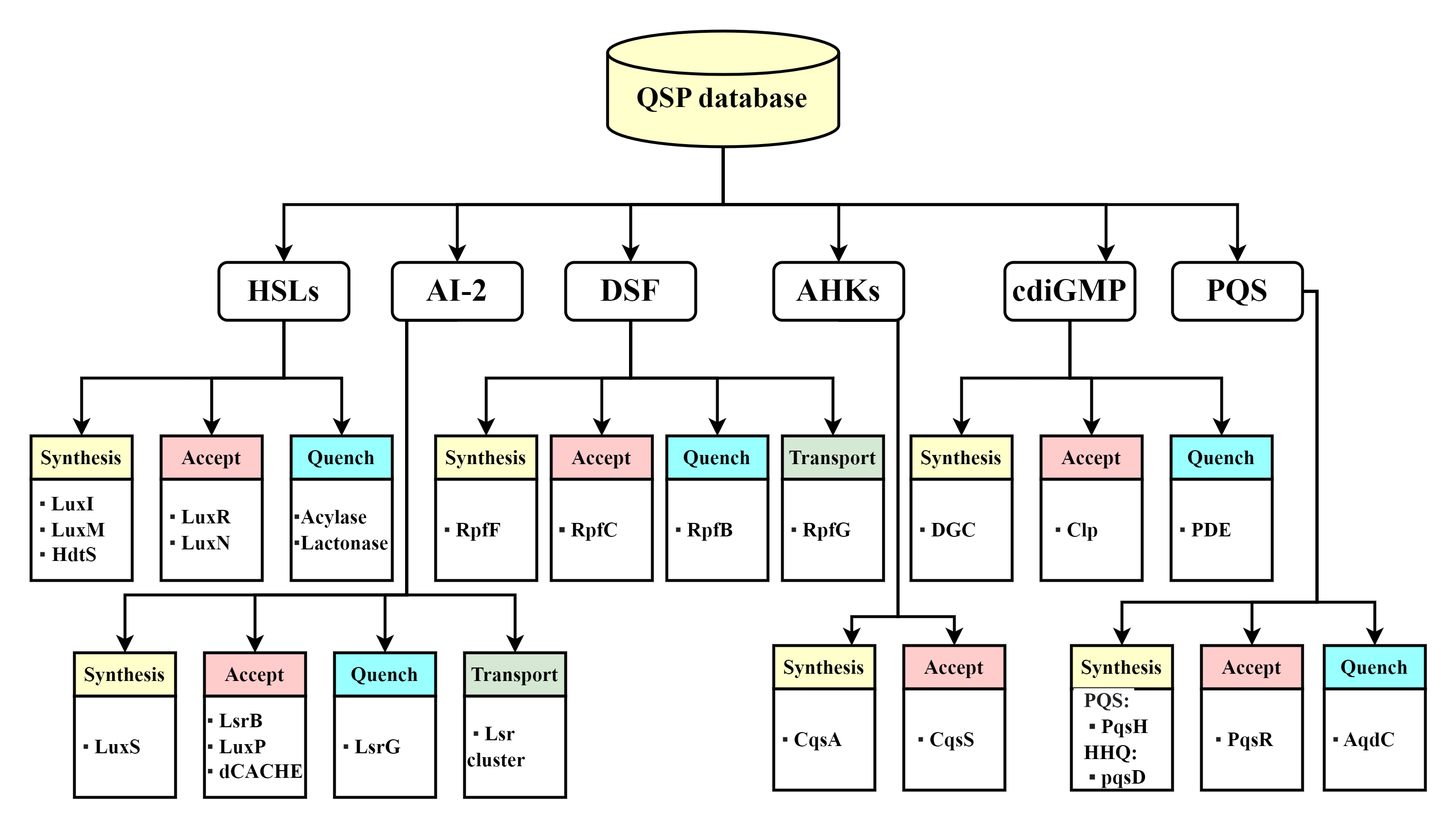
Above: GSP.png in chunxiao-dcx/QSP (draw.io), before the change. Source tidied: cells renumbered, new cells last; positions are measured from the earlier drawing's top-left corner, leaving out a move shared by most shapes.
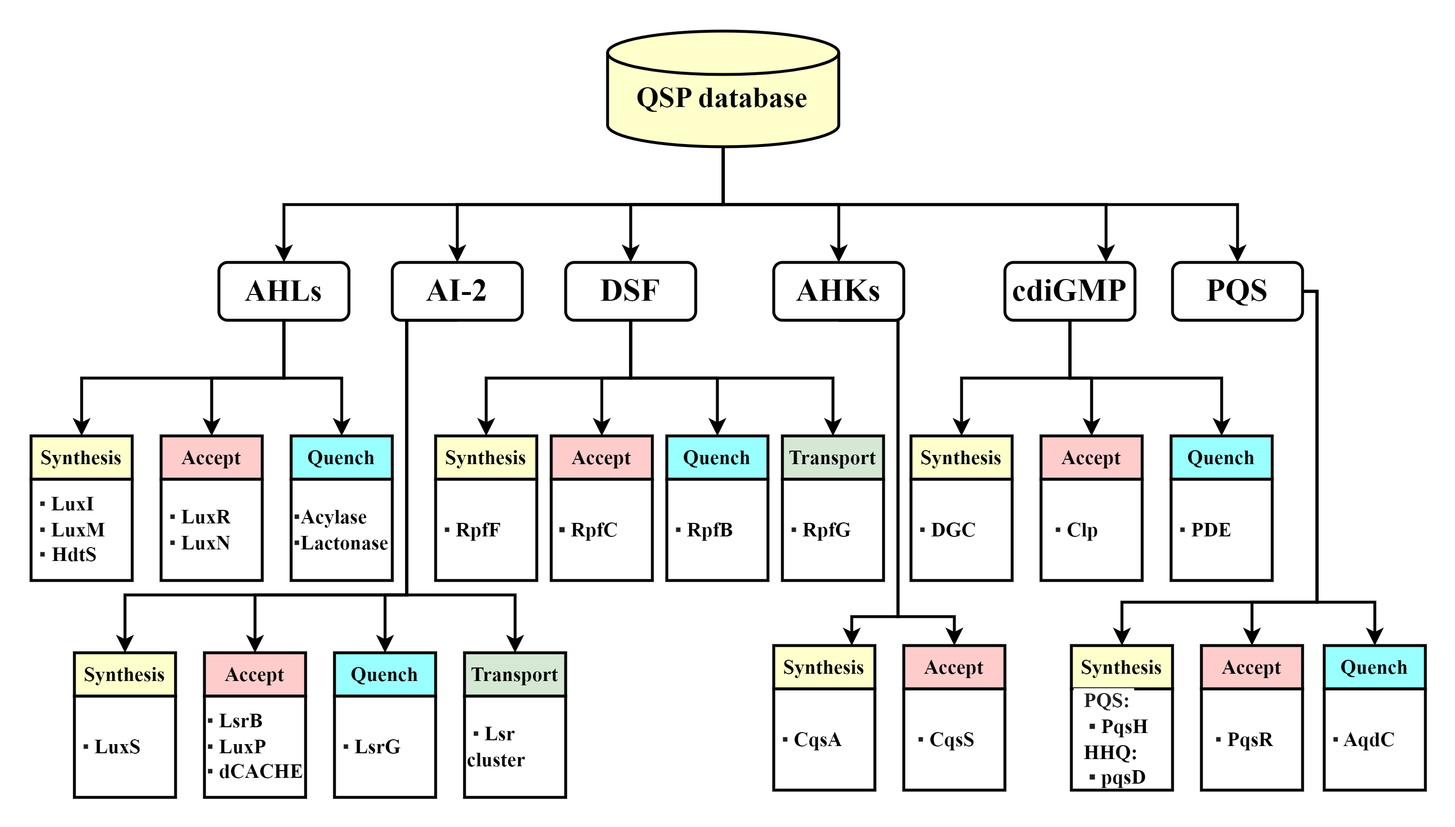
Above is the later version.

Change to the diagram source:
```diff
@@ -57,7 +57,7 @@
     <mxCell id="12" style="edgeStyle=orthogonalEdgeStyle;rounded=0;jettySize=auto;html=1;exitX=0.5;exitY=1;exitDx=0;exitDy=0;entryX=0.5;entryY=0;entryDx=0;entryDy=0;" parent="1" edge="1" source="13" target="30">
       <mxGeometry relative="1" as="geometry" />
     </mxCell>
-    <mxCell id="13" value="&lt;font style=&quot;font-size: 21px;&quot; face=&quot;Times New Roman&quot;&gt;&lt;span style=&quot;font-size: 21px;&quot;&gt;HSLs&lt;/span&gt;&lt;/font&gt;" style="rounded=1;whiteSpace=wrap;html=1;fillColor=#FFFFFF;fontSize=21;fontStyle=1;" parent="1" vertex="1">
+    <mxCell id="13" value="&lt;font style=&quot;font-size: 21px&quot; face=&quot;Times New Roman&quot;&gt;&lt;span style=&quot;font-size: 21px&quot;&gt;AHLs&lt;/span&gt;&lt;/font&gt;" style="rounded=1;whiteSpace=wrap;html=1;fillColor=#FFFFFF;fontSize=21;fontStyle=1;" parent="1" vertex="1">
       <mxGeometry x="130" y="160" width="90" height="40" as="geometry" />
     </mxCell>
     <mxCell id="14" style="edgeStyle=orthogonalEdgeStyle;rounded=0;jettySize=auto;html=1;exitX=0.5;exitY=1;exitDx=0;exitDy=0;entryX=0.5;entryY=0;entryDx=0;entryDy=0;" parent="1" edge="1" source="18" target="48">
```
